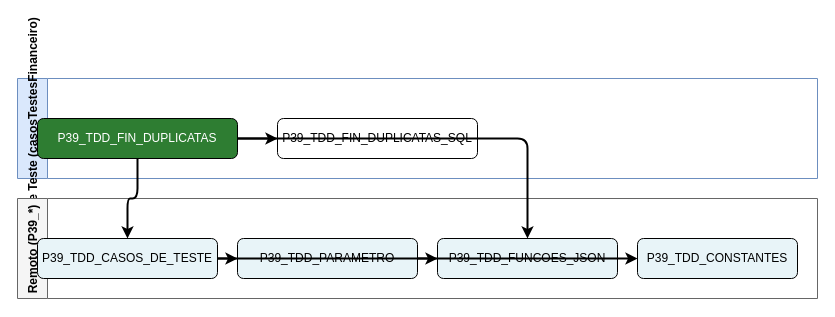
This is docs/MAPEAMENTO_AST_USES_UNITS/historico/financeiro/P39_TDD_FIN_DUPLICATAS.drawio from ModulosTestesAutomatizados/TestesAutomatizadosERP, a draw.io file, before an edit. Source tidied: cells renumbered, new cells numbered last; positions are measured from the earlier drawing's top-left corner, leaving out a move shared by most shapes. Both pictures are drawn from the tidied source at 100%, with x=0, y=0 at pixel (17, 78).
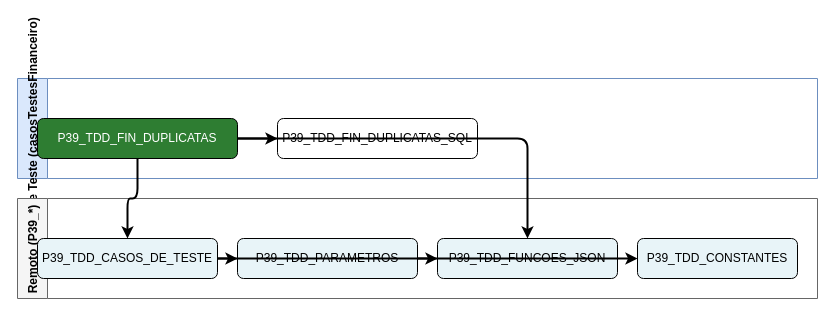
After the change.

What changed in the source:
```diff
@@
 <mxGraphModel>
   <root>
     <mxCell id="0" />
     <mxCell id="1" parent="0" />
     <mxCell id="2" value="Caso de Teste (casosTestesFinanceiro)" style="swimlane;horizontal=0;startSize=30;fillColor=#dae8fc;strokeColor=#6c8ebf;" parent="1" vertex="1">
       <mxGeometry width="800" height="100" as="geometry" />
     </mxCell>
     <mxCell id="3" value="P39_TDD_FIN_DUPLICATAS" style="rounded=1;whiteSpace=wrap;fillColor=#2e7d32;fontColor=#fff;" parent="2" vertex="1">
       <mxGeometry x="20" y="40" width="200" height="40" as="geometry" />
     </mxCell>
     <mxCell id="4" value="P39_TDD_FIN_DUPLICATAS_SQL" style="rounded=1;whiteSpace=wrap;fillColor=#fff;" parent="2" vertex="1">
       <mxGeometry x="260" y="40" width="200" height="40" as="geometry" />
     </mxCell>
     <mxCell id="5" value="Remoto (P39_*)" style="swimlane;horizontal=0;startSize=30;fillColor=#f5f5f5;strokeColor=#666666;" parent="1" vertex="1">
       <mxGeometry y="120" width="800" height="100" as="geometry" />
     </mxCell>
     <mxCell id="6" value="P39_TDD_CASOS_DE_TESTE" style="rounded=1;whiteSpace=wrap;fillColor=#e8f4f8;" parent="5" vertex="1">
       <mxGeometry x="20" y="40" width="180" height="40" as="geometry" />
     </mxCell>
-    <mxCell id="7" value="P39_TDD_PARAMETRO" style="rounded=1;whiteSpace=wrap;fillColor=#e8f4f8;" parent="5" vertex="1">
+    <mxCell id="7" value="P39_TDD_PARAMETROS" style="rounded=1;whiteSpace=wrap;fillColor=#e8f4f8;" parent="5" vertex="1">
       <mxGeometry x="220" y="40" width="180" height="40" as="geometry" />
     </mxCell>
     <mxCell id="8" value="P39_TDD_FUNCOES_JSON" style="rounded=1;whiteSpace=wrap;fillColor=#e8f4f8;" parent="5" vertex="1">
       <mxGeometry x="420" y="40" width="180" height="40" as="geometry" />
     </mxCell>
     <mxCell id="9" value="P39_TDD_CONSTANTES" style="rounded=1;whiteSpace=wrap;fillColor=#e8f4f8;" parent="5" vertex="1">
       <mxGeometry x="620" y="40" width="160" height="40" as="geometry" />
     </mxCell>
     <mxCell id="10" style="edgeStyle=orthogonalEdgeStyle;rounded=1;strokeWidth=2;" parent="2" edge="1" source="3" target="4">
       <mxGeometry relative="1" as="geometry" />
     </mxCell>
     <mxCell id="11" style="edgeStyle=orthogonalEdgeStyle;rounded=1;strokeWidth=2;" parent="1" edge="1" source="3" target="6">
       <mxGeometry relative="1" as="geometry" />
     </mxCell>
     <mxCell id="12" style="edgeStyle=orthogonalEdgeStyle;rounded=1;strokeWidth=2;" parent="1" edge="1" source="3" target="8">
       <mxGeometry relative="1" as="geometry" />
     </mxCell>
     <mxCell id="13" style="edgeStyle=orthogonalEdgeStyle;rounded=1;strokeWidth=2;" parent="5" edge="1" source="6" target="9">
       <mxGeometry relative="1" as="geometry" />
     </mxCell>
     <mxCell id="14" style="edgeStyle=orthogonalEdgeStyle;rounded=1;strokeWidth=2;" parent="5" edge="1" source="6" target="7">
       <mxGeometry relative="1" as="geometry" />
     </mxCell>
     <mxCell id="15" style="edgeStyle=orthogonalEdgeStyle;rounded=1;strokeWidth=2;" parent="5" edge="1" source="7" target="8">
       <mxGeometry relative="1" as="geometry" />
     </mxCell>
   </root>
 </mxGraphModel>
```
